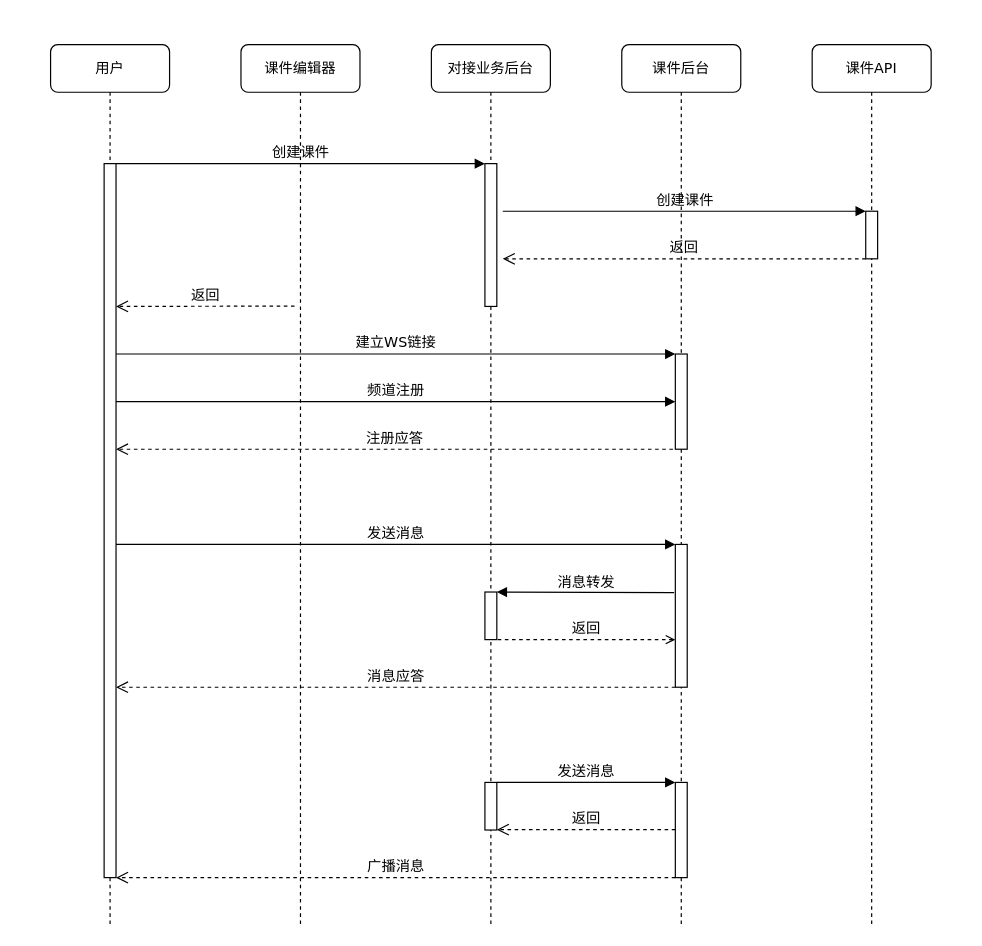
Above: 课件工具化使用流程.drawio in huanjiesm/courseware-draw (draw.io), before the change. Source tidied: cells renumbered, new cells numbered last; positions are measured from the earlier drawing's top-left corner, leaving out a move shared by most shapes. Both pictures are drawn from the tidied source at 119%, with x=0, y=0 at pixel (50, 44).
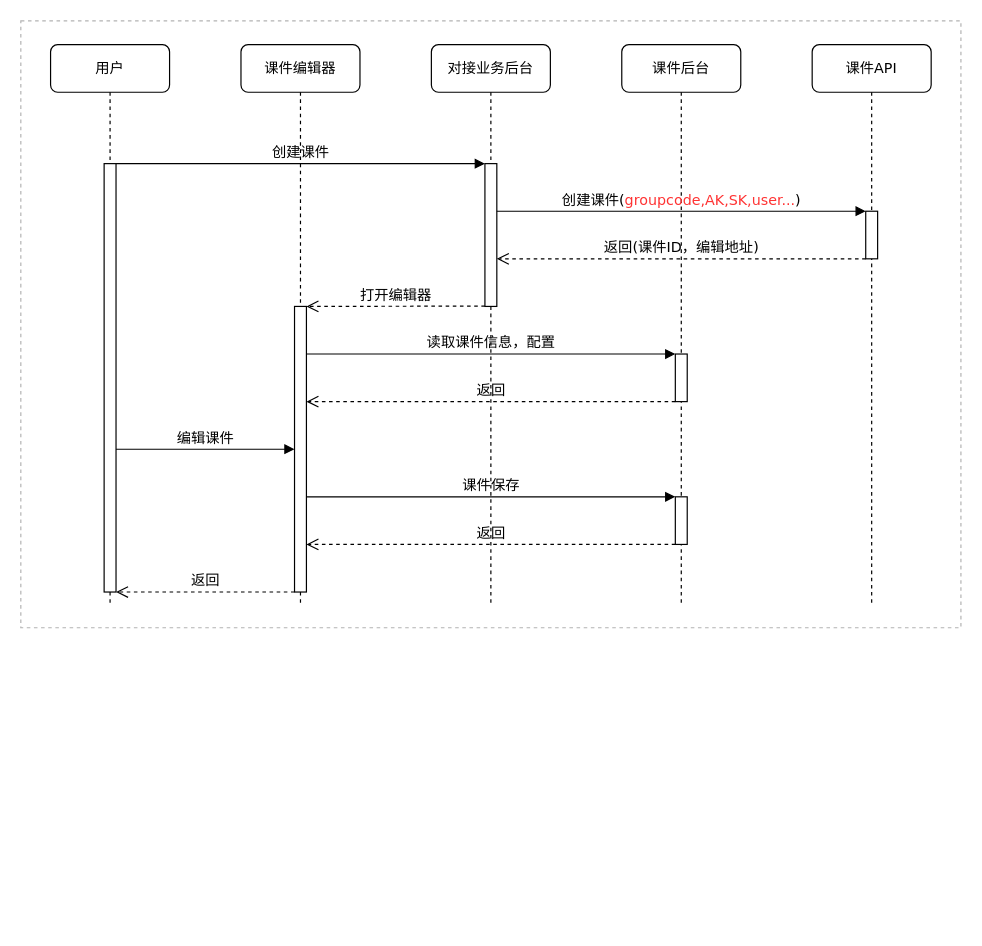
The same diagram, later.

Commit message:
更新课件工具化使用流程.drawio

The edit, as a diff of the source:
```diff
@@
-    <mxCell id="2" value="课件后台" style="shape=umlLifeline;perimeter=lifelinePerimeter;whiteSpace=wrap;html=1;rounded=1;shadow=0;comic=0;labelBackgroundColor=none;strokeWidth=1;fontFamily=Verdana;fontSize=12;align=center;" parent="1" vertex="1">
-      <mxGeometry x="480" width="100" height="740" as="geometry" />
-    </mxCell>
-    <mxCell id="3" style="html=1;perimeter=orthogonalPerimeter;rounded=0;shadow=0;comic=0;labelBackgroundColor=none;strokeWidth=1;fontFamily=Verdana;fontSize=12;align=center;" parent="2" vertex="1">
-      <mxGeometry x="45" y="260" width="10" height="80" as="geometry" />
-    </mxCell>
-    <mxCell id="4" value="发送消息" style="html=1;verticalAlign=bottom;endArrow=block;labelBackgroundColor=none;fontFamily=Verdana;fontSize=12;edgeStyle=elbowEdgeStyle;elbow=vertical;entryX=-0.209;entryY=0;entryDx=0;entryDy=0;entryPerimeter=0;" parent="2" edge="1">
-      <mxGeometry relative="1" as="geometry">
-        <mxPoint x="-105" y="620" as="sourcePoint" />
-        <mxPoint x="45" y="620" as="targetPoint" />
-        <Array as="points">
-          <mxPoint x="-48.4" y="620" />
-          <mxPoint x="-38.4" y="680" />
-          <mxPoint x="1.6" y="690" />
-          <mxPoint x="-18.4" y="650" />
-          <mxPoint x="-98.4" y="540" />
-        </Array>
-      </mxGeometry>
-    </mxCell>
-    <mxCell id="5" style="html=1;perimeter=orthogonalPerimeter;rounded=0;shadow=0;comic=0;labelBackgroundColor=none;strokeWidth=1;fontFamily=Verdana;fontSize=12;align=center;" parent="2" vertex="1">
-      <mxGeometry x="45" y="620" width="10" height="80" as="geometry" />
-    </mxCell>
-    <mxCell id="6" value="课件编辑器" style="shape=umlLifeline;perimeter=lifelinePerimeter;whiteSpace=wrap;html=1;rounded=1;shadow=0;comic=0;labelBackgroundColor=none;strokeWidth=1;fontFamily=Verdana;fontSize=12;align=center;" parent="1" vertex="1">
-      <mxGeometry x="160" width="100" height="740" as="geometry" />
-    </mxCell>
-    <mxCell id="7" value="返回" style="html=1;verticalAlign=bottom;endArrow=open;dashed=1;endSize=8;labelBackgroundColor=none;fontFamily=Verdana;fontSize=12;edgeStyle=elbowEdgeStyle;elbow=vertical;" parent="6" edge="1">
-      <mxGeometry relative="1" as="geometry">
-        <mxPoint x="45" y="219.7" as="sourcePoint" />
-        <mxPoint x="-105" y="219.7" as="targetPoint" />
-      </mxGeometry>
-    </mxCell>
-    <mxCell id="8" value="建立WS链接" style="html=1;verticalAlign=bottom;endArrow=block;labelBackgroundColor=none;fontFamily=Verdana;fontSize=12;edgeStyle=elbowEdgeStyle;elbow=vertical;" parent="6" edge="1">
-      <mxGeometry relative="1" as="geometry">
-        <mxPoint x="-105" y="260" as="sourcePoint" />
-        <mxPoint x="365" y="260" as="targetPoint" />
-      </mxGeometry>
-    </mxCell>
-    <mxCell id="9" value="对接业务后台" style="shape=umlLifeline;perimeter=lifelinePerimeter;whiteSpace=wrap;html=1;rounded=1;shadow=0;comic=0;labelBackgroundColor=none;strokeWidth=1;fontFamily=Verdana;fontSize=12;align=center;" parent="1" vertex="1">
-      <mxGeometry x="320" width="100" height="740" as="geometry" />
-    </mxCell>
-    <mxCell id="10" value="频道注册" style="html=1;verticalAlign=bottom;endArrow=block;labelBackgroundColor=none;fontFamily=Verdana;fontSize=12;edgeStyle=elbowEdgeStyle;elbow=vertical;exitX=1.429;exitY=0.147;exitDx=0;exitDy=0;exitPerimeter=0;" parent="9" edge="1">
-      <mxGeometry relative="1" as="geometry">
-        <mxPoint x="-265" y="300" as="sourcePoint" />
-        <mxPoint x="205" y="300" as="targetPoint" />
-        <Array as="points">
-          <mxPoint x="-203.9" y="300" />
-          <mxPoint x="16.1" y="294" />
-        </Array>
-      </mxGeometry>
-    </mxCell>
-    <mxCell id="11" style="html=1;perimeter=orthogonalPerimeter;rounded=0;shadow=0;comic=0;labelBackgroundColor=none;strokeWidth=1;fontFamily=Verdana;fontSize=12;align=center;" parent="9" vertex="1">
-      <mxGeometry x="45" y="620" width="10" height="40" as="geometry" />
-    </mxCell>
-    <mxCell id="12" style="html=1;perimeter=orthogonalPerimeter;rounded=0;shadow=0;comic=0;labelBackgroundColor=none;strokeWidth=1;fontFamily=Verdana;fontSize=12;align=center;" parent="9" vertex="1">
-      <mxGeometry x="205" y="420" width="10" height="120" as="geometry" />
-    </mxCell>
-    <mxCell id="13" value="消息转发" style="html=1;verticalAlign=bottom;endArrow=none;labelBackgroundColor=none;fontFamily=Verdana;fontSize=12;edgeStyle=elbowEdgeStyle;elbow=vertical;startArrow=block;startFill=1;endFill=0;" parent="9" edge="1">
-      <mxGeometry relative="1" as="geometry">
-        <mxPoint x="55" y="460" as="sourcePoint" />
-        <mxPoint x="204" y="460" as="targetPoint" />
-        <Array as="points">
-          <mxPoint x="110.3" y="460.5" />
-          <mxPoint x="120.3" y="520.5" />
-          <mxPoint x="160.3" y="530.5" />
-          <mxPoint x="140.3" y="490.5" />
-          <mxPoint x="60.3" y="380.5" />
-        </Array>
-      </mxGeometry>
-    </mxCell>
-    <mxCell id="14" value="消息应答" style="html=1;verticalAlign=bottom;endArrow=open;dashed=1;endSize=8;labelBackgroundColor=none;fontFamily=Verdana;fontSize=12;edgeStyle=elbowEdgeStyle;elbow=vertical;" parent="9" edge="1">
-      <mxGeometry relative="1" as="geometry">
-        <mxPoint x="205" y="540" as="sourcePoint" />
-        <mxPoint x="-265" y="540" as="targetPoint" />
-      </mxGeometry>
-    </mxCell>
-    <mxCell id="15" value="发送消息" style="html=1;verticalAlign=bottom;endArrow=block;labelBackgroundColor=none;fontFamily=Verdana;fontSize=12;edgeStyle=elbowEdgeStyle;elbow=vertical;" parent="9" edge="1">
-      <mxGeometry relative="1" as="geometry">
-        <mxPoint x="-265" y="420" as="sourcePoint" />
-        <mxPoint x="205" y="420" as="targetPoint" />
-        <Array as="points">
-          <mxPoint x="106.3" y="420" />
-          <mxPoint x="116.3" y="480" />
-          <mxPoint x="156.3" y="490" />
-          <mxPoint x="136.3" y="450" />
-          <mxPoint x="56.3" y="340" />
-        </Array>
-      </mxGeometry>
-    </mxCell>
-    <mxCell id="16" value="返回" style="html=1;verticalAlign=bottom;endArrow=none;dashed=1;endSize=8;labelBackgroundColor=none;fontFamily=Verdana;fontSize=12;edgeStyle=elbowEdgeStyle;elbow=vertical;startArrow=open;startFill=0;endFill=0;" parent="9" edge="1">
-      <mxGeometry relative="1" as="geometry">
-        <mxPoint x="205" y="500" as="sourcePoint" />
-        <mxPoint x="55" y="500" as="targetPoint" />
-        <Array as="points">
-          <mxPoint x="84" y="500" />
-        </Array>
-      </mxGeometry>
-    </mxCell>
-    <mxCell id="17" style="html=1;perimeter=orthogonalPerimeter;rounded=0;shadow=0;comic=0;labelBackgroundColor=none;strokeWidth=1;fontFamily=Verdana;fontSize=12;align=center;" parent="9" vertex="1">
-      <mxGeometry x="45" y="460" width="10" height="40" as="geometry" />
-    </mxCell>
-    <mxCell id="18" style="html=1;points=[];perimeter=orthogonalPerimeter;rounded=0;shadow=0;comic=0;labelBackgroundColor=none;strokeWidth=1;fontFamily=Verdana;fontSize=12;align=center;" parent="9" vertex="1">
-      <mxGeometry x="45" y="100" width="10" height="120" as="geometry" />
-    </mxCell>
+    <mxCell id="29" style="rounded=0;whiteSpace=wrap;html=1;textOpacity=30;opacity=30;dashed=1;" parent="1" vertex="1">
+      <mxGeometry x="-25" y="-20" width="790" height="510" as="geometry" />
+    </mxCell>
     <mxCell id="19" value="用户" style="shape=umlLifeline;perimeter=lifelinePerimeter;whiteSpace=wrap;html=1;rounded=1;shadow=0;comic=0;labelBackgroundColor=none;strokeWidth=1;fontFamily=Verdana;fontSize=12;align=center;" parent="1" vertex="1">
-      <mxGeometry width="100" height="740" as="geometry" />
+      <mxGeometry width="100" height="470" as="geometry" />
     </mxCell>
     <mxCell id="20" style="html=1;points=[];perimeter=orthogonalPerimeter;rounded=0;shadow=0;comic=0;labelBackgroundColor=none;strokeWidth=1;fontFamily=Verdana;fontSize=12;align=center;" parent="19" vertex="1">
-      <mxGeometry x="45" y="100" width="10" height="600" as="geometry" />
+      <mxGeometry x="45" y="100" width="10" height="360" as="geometry" />
     </mxCell>
+    <mxCell id="2" value="课件后台" style="shape=umlLifeline;perimeter=lifelinePerimeter;whiteSpace=wrap;html=1;rounded=1;shadow=0;comic=0;labelBackgroundColor=none;strokeWidth=1;fontFamily=Verdana;fontSize=12;align=center;" parent="1" vertex="1">
+      <mxGeometry x="480" width="100" height="470" as="geometry" />
+    </mxCell>
+    <mxCell id="30" style="html=1;perimeter=orthogonalPerimeter;rounded=0;shadow=0;comic=0;labelBackgroundColor=none;strokeWidth=1;fontFamily=Verdana;fontSize=12;align=center;" parent="2" vertex="1">
+      <mxGeometry x="45" y="260" width="10" height="40" as="geometry" />
+    </mxCell>
+    <mxCell id="31" style="html=1;perimeter=orthogonalPerimeter;rounded=0;shadow=0;comic=0;labelBackgroundColor=none;strokeWidth=1;fontFamily=Verdana;fontSize=12;align=center;" parent="2" vertex="1">
+      <mxGeometry x="45" y="380" width="10" height="40" as="geometry" />
+    </mxCell>
+    <mxCell id="6" value="课件编辑器" style="shape=umlLifeline;perimeter=lifelinePerimeter;whiteSpace=wrap;html=1;rounded=1;shadow=0;comic=0;labelBackgroundColor=none;strokeWidth=1;fontFamily=Verdana;fontSize=12;align=center;" parent="1" vertex="1">
+      <mxGeometry x="160" width="100" height="470" as="geometry" />
+    </mxCell>
+    <mxCell id="3" style="html=1;perimeter=orthogonalPerimeter;rounded=0;shadow=0;comic=0;labelBackgroundColor=none;strokeWidth=1;fontFamily=Verdana;fontSize=12;align=center;" parent="6" vertex="1">
+      <mxGeometry x="45" y="220" width="10" height="240" as="geometry" />
+    </mxCell>
+    <mxCell id="32" value="编辑课件" style="html=1;verticalAlign=bottom;endArrow=block;labelBackgroundColor=none;fontFamily=Verdana;fontSize=12;edgeStyle=elbowEdgeStyle;elbow=vertical;entryX=-0.209;entryY=0;entryDx=0;entryDy=0;entryPerimeter=0;" parent="6" edge="1">
+      <mxGeometry relative="1" as="geometry">
+        <mxPoint x="-105" y="340" as="sourcePoint" />
+        <mxPoint x="45" y="340" as="targetPoint" />
+        <Array as="points">
+          <mxPoint x="-48.4" y="340" />
+          <mxPoint x="-38.4" y="400" />
+          <mxPoint x="1.6" y="410" />
+          <mxPoint x="-18.4" y="370" />
+          <mxPoint x="-98.4" y="260" />
+        </Array>
+      </mxGeometry>
+    </mxCell>
+    <mxCell id="9" value="对接业务后台" style="shape=umlLifeline;perimeter=lifelinePerimeter;whiteSpace=wrap;html=1;rounded=1;shadow=0;comic=0;labelBackgroundColor=none;strokeWidth=1;fontFamily=Verdana;fontSize=12;align=center;" parent="1" vertex="1">
+      <mxGeometry x="320" width="100" height="470" as="geometry" />
+    </mxCell>
+    <mxCell id="18" style="html=1;points=[];perimeter=orthogonalPerimeter;rounded=0;shadow=0;comic=0;labelBackgroundColor=none;strokeWidth=1;fontFamily=Verdana;fontSize=12;align=center;" parent="9" vertex="1">
+      <mxGeometry x="45" y="100" width="10" height="120" as="geometry" />
+    </mxCell>
+    <mxCell id="33" value="课件保存" style="html=1;verticalAlign=bottom;endArrow=block;labelBackgroundColor=none;fontFamily=Verdana;fontSize=12;edgeStyle=elbowEdgeStyle;elbow=vertical;" parent="9" edge="1">
+      <mxGeometry relative="1" as="geometry">
+        <mxPoint x="-105" y="380" as="sourcePoint" />
+        <mxPoint x="205" y="380" as="targetPoint" />
+        <Array as="points">
+          <mxPoint x="-46.4" y="380" />
+          <mxPoint x="-36.4" y="440" />
+          <mxPoint x="3.6" y="450" />
+          <mxPoint x="-16.4" y="410" />
+          <mxPoint x="-96.4" y="300" />
+        </Array>
+      </mxGeometry>
+    </mxCell>
     <mxCell id="21" value="课件API" style="shape=umlLifeline;perimeter=lifelinePerimeter;whiteSpace=wrap;html=1;rounded=1;shadow=0;comic=0;labelBackgroundColor=none;strokeWidth=1;fontFamily=Verdana;fontSize=12;align=center;" parent="1" vertex="1">
-      <mxGeometry x="640" width="100" height="740" as="geometry" />
+      <mxGeometry x="640" width="100" height="470" as="geometry" />
     </mxCell>
@@
-    <mxCell id="24" value="注册应答" style="html=1;verticalAlign=bottom;endArrow=open;dashed=1;endSize=8;labelBackgroundColor=none;fontFamily=Verdana;fontSize=12;edgeStyle=elbowEdgeStyle;elbow=vertical;entryX=1.339;entryY=0.244;entryDx=0;entryDy=0;entryPerimeter=0;" parent="1" edge="1">
+    <mxCell id="24" value="返回" style="html=1;verticalAlign=bottom;endArrow=open;dashed=1;endSize=8;labelBackgroundColor=none;fontFamily=Verdana;fontSize=12;edgeStyle=elbowEdgeStyle;elbow=vertical;" parent="1" edge="1">
       <mxGeometry relative="1" as="geometry">
-        <mxPoint x="523" y="340" as="sourcePoint" />
-        <mxPoint x="55" y="340" as="targetPoint" />
-        <Array as="points">
-          <mxPoint x="139.5" y="340" />
-          <mxPoint x="119.5" y="340" />
-        </Array>
+        <mxPoint x="525" y="300" as="sourcePoint" />
+        <mxPoint x="215" y="300" as="targetPoint" />
       </mxGeometry>
     </mxCell>
-    <mxCell id="25" value="创建课件" style="html=1;verticalAlign=bottom;endArrow=block;labelBackgroundColor=none;fontFamily=Verdana;fontSize=12;edgeStyle=elbowEdgeStyle;elbow=vertical;" parent="1" edge="1">
+    <mxCell id="25" value="创建课件(&lt;font color=&quot;#ff3333&quot;&gt;groupcode,AK,SK,user...&lt;/font&gt;)" style="html=1;verticalAlign=bottom;endArrow=block;labelBackgroundColor=none;fontFamily=Verdana;fontSize=12;edgeStyle=elbowEdgeStyle;elbow=vertical;" parent="1" edge="1">
       <mxGeometry relative="1" as="geometry">
-        <mxPoint x="380" y="140" as="sourcePoint" />
+        <mxPoint x="375" y="140" as="sourcePoint" />
         <mxPoint x="685" y="140" as="targetPoint" />
       </mxGeometry>
     </mxCell>
-    <mxCell id="26" value="返回" style="html=1;verticalAlign=bottom;endArrow=open;dashed=1;endSize=8;labelBackgroundColor=none;fontFamily=Verdana;fontSize=12;edgeStyle=elbowEdgeStyle;elbow=vertical;" parent="1" edge="1">
+    <mxCell id="26" value="返回(课件ID，编辑地址)" style="html=1;verticalAlign=bottom;endArrow=open;dashed=1;endSize=8;labelBackgroundColor=none;fontFamily=Verdana;fontSize=12;edgeStyle=elbowEdgeStyle;elbow=vertical;" parent="1" edge="1">
       <mxGeometry relative="1" as="geometry">
         <mxPoint x="685" y="180" as="sourcePoint" />
-        <mxPoint x="380" y="180" as="targetPoint" />
+        <mxPoint x="375" y="180" as="targetPoint" />
       </mxGeometry>
     </mxCell>
+    <mxCell id="7" value="打开编辑器" style="html=1;verticalAlign=bottom;endArrow=open;dashed=1;endSize=8;labelBackgroundColor=none;fontFamily=Verdana;fontSize=12;edgeStyle=elbowEdgeStyle;elbow=vertical;" parent="1" edge="1">
+      <mxGeometry relative="1" as="geometry">
+        <mxPoint x="365" y="219.7" as="sourcePoint" />
+        <mxPoint x="215" y="219.7" as="targetPoint" />
+      </mxGeometry>
+    </mxCell>
+    <mxCell id="8" value="读取课件信息，配置" style="html=1;verticalAlign=bottom;endArrow=block;labelBackgroundColor=none;fontFamily=Verdana;fontSize=12;edgeStyle=elbowEdgeStyle;elbow=vertical;" parent="1" edge="1">
+      <mxGeometry relative="1" as="geometry">
+        <mxPoint x="215" y="260" as="sourcePoint" />
+        <mxPoint x="525" y="260" as="targetPoint" />
+      </mxGeometry>
+    </mxCell>
     <mxCell id="27" value="返回" style="html=1;verticalAlign=bottom;endArrow=open;dashed=1;endSize=8;labelBackgroundColor=none;fontFamily=Verdana;fontSize=12;edgeStyle=elbowEdgeStyle;elbow=vertical;exitX=-0.17;exitY=1.002;exitDx=0;exitDy=0;exitPerimeter=0;" parent="1" edge="1">
       <mxGeometry relative="1" as="geometry">
-        <mxPoint x="525" y="659.7" as="sourcePoint" />
-        <mxPoint x="375" y="659.7" as="targetPoint" />
+        <mxPoint x="525" y="420" as="sourcePoint" />
+        <mxPoint x="215" y="420" as="targetPoint" />
         <Array as="points">
-          <mxPoint x="496.5" y="659.7" />
-          <mxPoint x="466.5" y="659.7" />
+          <mxPoint x="491.5" y="420" />
+          <mxPoint x="461.5" y="420" />
         </Array>
       </mxGeometry>
     </mxCell>
-    <mxCell id="28" value="广播消息" style="html=1;verticalAlign=bottom;endArrow=open;dashed=1;endSize=8;labelBackgroundColor=none;fontFamily=Verdana;fontSize=12;edgeStyle=elbowEdgeStyle;elbow=vertical;exitX=-0.245;exitY=0.997;exitDx=0;exitDy=0;exitPerimeter=0;" parent="1" edge="1">
-      <mxGeometry relative="1" as="geometry">
-        <mxPoint x="525" y="700" as="sourcePoint" />
-        <mxPoint x="55" y="700" as="targetPoint" />
-      </mxGeometry>
-    </mxCell>
+    <mxCell id="16" value="返回" style="html=1;verticalAlign=bottom;endArrow=open;dashed=1;endSize=8;labelBackgroundColor=none;fontFamily=Verdana;fontSize=12;edgeStyle=elbowEdgeStyle;elbow=vertical;" parent="1" edge="1">
+      <mxGeometry relative="1" as="geometry">
+        <mxPoint x="205" y="460" as="sourcePoint" />
+        <mxPoint x="55" y="460" as="targetPoint" />
+        <Array as="points">
+          <mxPoint x="100" y="460" />
+          <mxPoint x="245.5" y="460" />
+        </Array>
+      </mxGeometry>
+    </mxCell>
```
